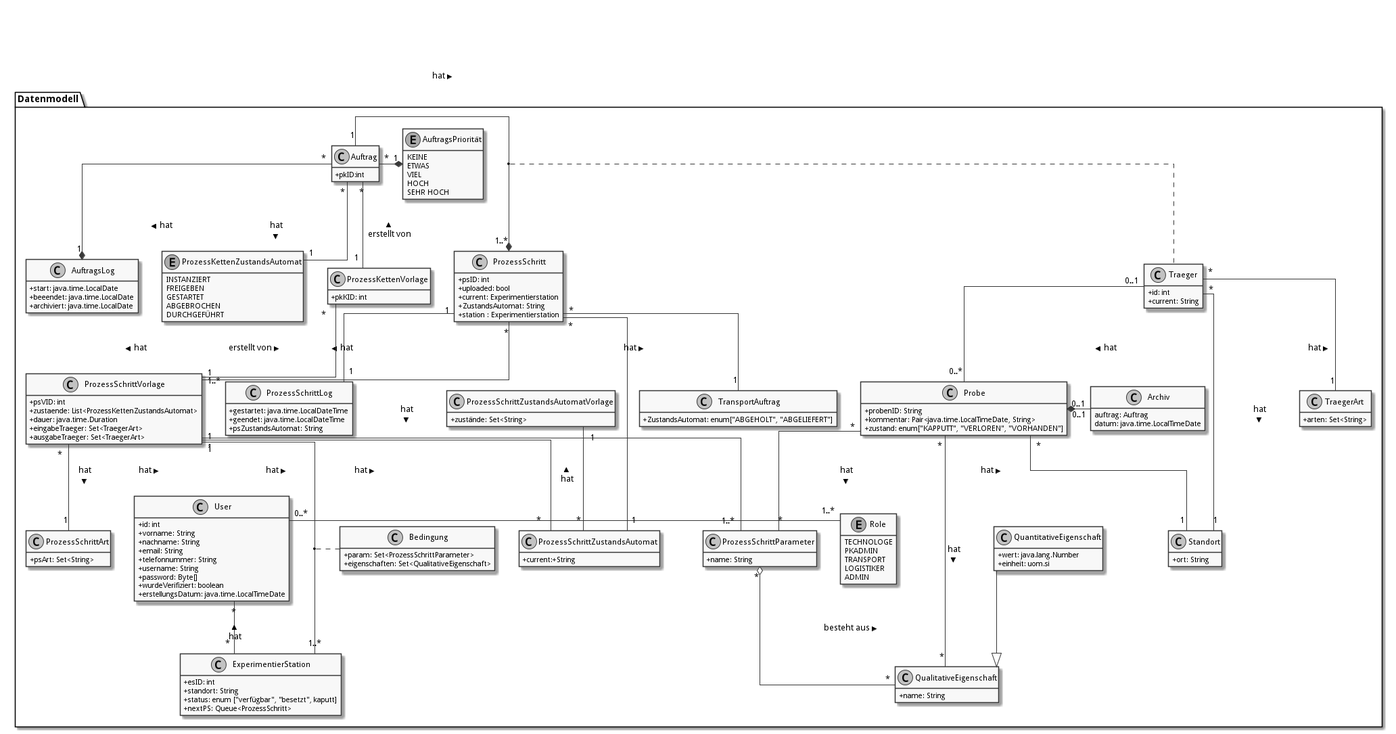
This is doc/UML/datenModel.png from fkehlenb/softwareprojekt-2, a PlantUML export, as it was before one commit.
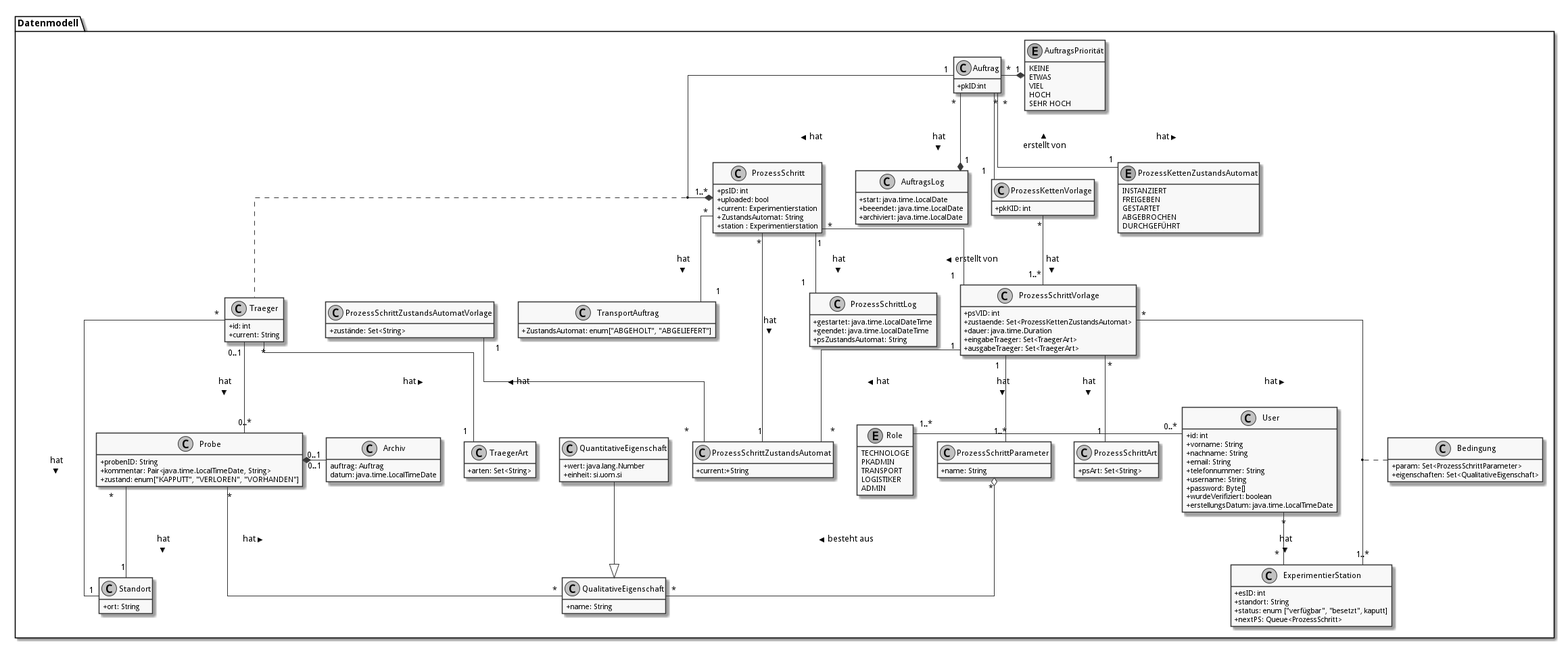
After the change.

Change to the diagram source:
```diff
@@ -59,7 +59,7 @@
 
 class "QuantitativeEigenschaft" as quantE {
   +wert: java.lang.Number
-  +einheit: uom.si
+  +einheit: si.uom.si
 }
 
 class "ProzessSchritt" as ps {
@@ -86,7 +86,7 @@
 
 class "ProzessSchrittVorlage" as psV {
   +psVID: int
-  +zustaende: List<ProzessKettenZustandsAutomat>
+  +zustaende: Set<ProzessKettenZustandsAutomat>
   +dauer: java.time.Duration
   +eingabeTraeger: Set<TraegerArt>
   +ausgabeTraeger: Set<TraegerArt>
@@ -151,7 +151,7 @@
 
 
   User "0..*" -left- "1..*" Role
-  User "*" -- "*" es: < hat
+  User "*" -- "*" es: hat >
 
 
   Auftrag "*" -* "1" AuftragsPriorität
@@ -171,7 +171,7 @@
 
   psV "*" --  "1" ProzessSchrittArt: hat >
   psV "1" -- "1..*" pp: hat >
-  psV "1" --"1..*" es: hat >
+  psV "*" --"1..*" es: hat >
   psV "1" -- "*" ProzessSchrittZustandsAutomat: hat >
 
   (psV, es) .. Bedingung
@@ -187,7 +187,6 @@
 
   Probe "0..1" *- "0..1" Archiv
   Probe "*" -- "1" Standort: hat >
-  Probe "*" -- "*" pp: hat >
   Probe "*" -- "*" qualE: hat >
 
   pp "*" o-down- "*" qualE: besteht aus >
```
